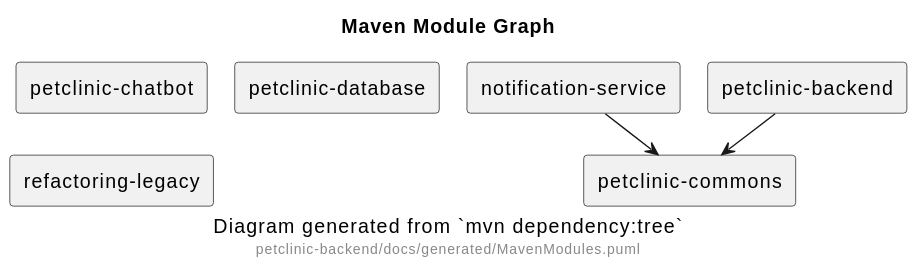
Earlier version of the PlantUML export demo/demo/assets/MavenModules.context.svg (Winandvdb/human-review). The source it was exported from:
```plantuml
@startuml
title Maven Module Graph
caption Diagram generated from `mvn dependency:tree`
footer petclinic-backend/docs/generated/MavenModules.puml

skinparam shadowing false
skinparam componentStyle rectangle
skinparam nodesep 20
skinparam ranksep 30

component "notification-service" as notification_service
component "petclinic-backend" as petclinic_backend
component "petclinic-chatbot" as petclinic_chatbot
component "petclinic-commons" as petclinic_commons
component "petclinic-database" as petclinic_database
component "refactoring-legacy" as refactoring_legacy

notification_service --> petclinic_commons
petclinic_backend --> petclinic_commons
@enduml
```
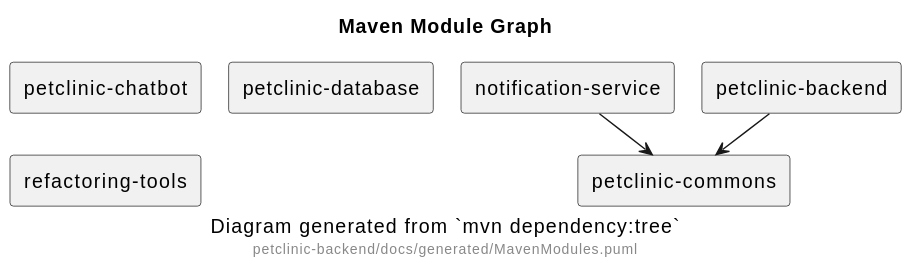
Above is the later version.

The edit, as a diff of the source:
```diff
@@ -13,7 +13,7 @@
 component "petclinic-chatbot" as petclinic_chatbot
 component "petclinic-commons" as petclinic_commons
 component "petclinic-database" as petclinic_database
-component "refactoring-legacy" as refactoring_legacy
+component "refactoring-tools" as refactoring_tools
 
 notification_service --> petclinic_commons
 petclinic_backend --> petclinic_commons
```
